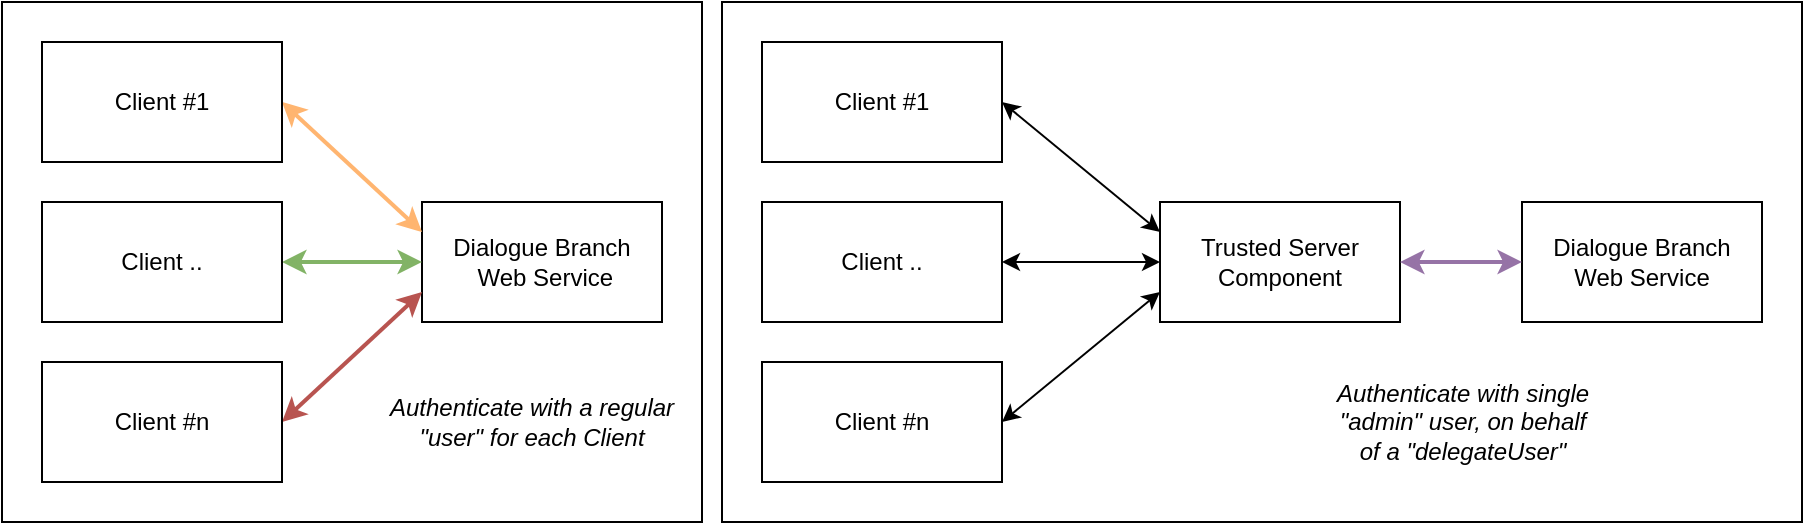
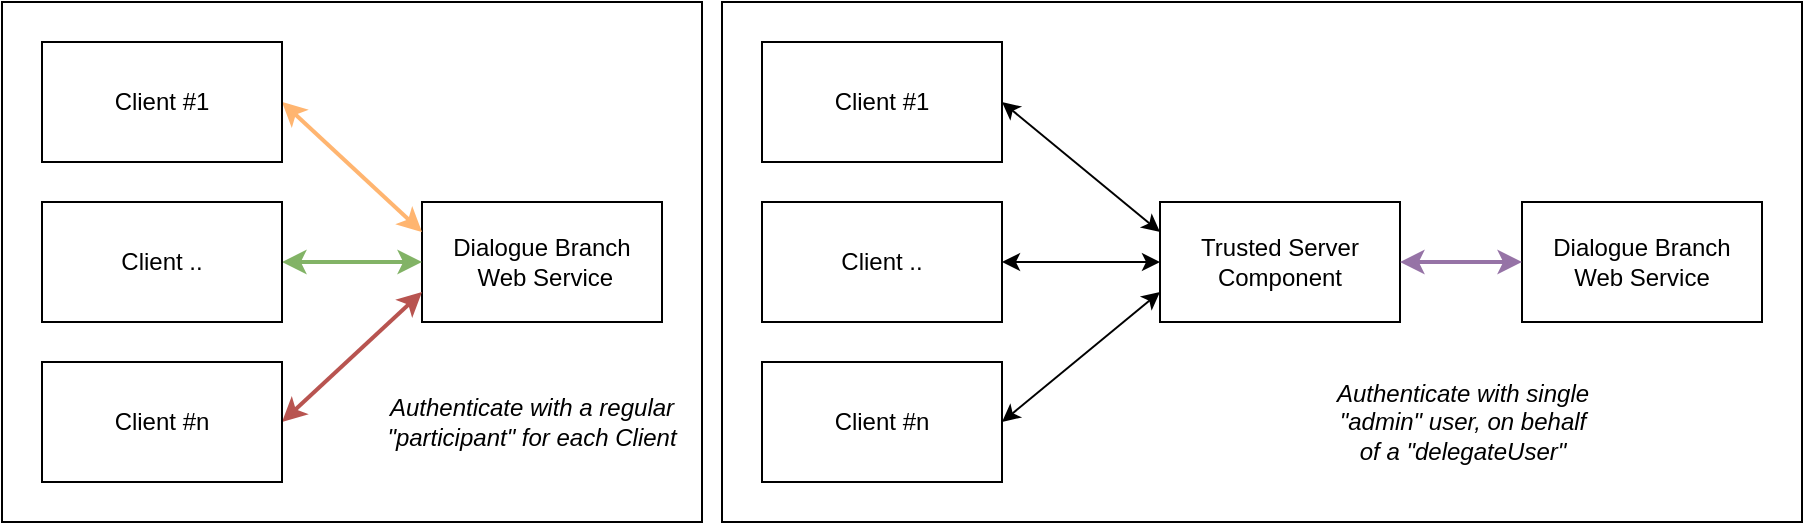
<mxfile host="Electron" modified="2023-05-05T08:48:14.186Z" agent="Mozilla/5.0 (Macintosh; Intel Mac OS X 10_15_7) AppleWebKit/537.36 (KHTML, like Gecko) draw.io/21.2.1 Chrome/112.0.5615.87 Electron/24.1.2 Safari/537.36" etag="dgDNgODaII2kDU6G2r-L" version="21.2.1" type="device">
  <diagram id="xzCYNrxVgA2oNsKL6WJw" name="Page-1">
    <mxGraphModel dx="1561" dy="1023" grid="1" gridSize="10" guides="1" tooltips="1" connect="1" arrows="1" fold="1" page="1" pageScale="1" pageWidth="1169" pageHeight="827" math="0" shadow="0">
      <root>
        <mxCell id="0" />
        <mxCell id="1" parent="0" />
        <mxCell id="tFiKD1fqqdK_nJ7ym5qI-23" value="" style="group" parent="1" vertex="1" connectable="0">
          <mxGeometry x="340" y="340" width="900" height="260" as="geometry" />
        </mxCell>
        <mxCell id="tFiKD1fqqdK_nJ7ym5qI-22" value="" style="rounded=0;whiteSpace=wrap;html=1;fontColor=#FFB570;" parent="tFiKD1fqqdK_nJ7ym5qI-23" vertex="1">
          <mxGeometry x="360" width="540" height="260" as="geometry" />
        </mxCell>
        <mxCell id="tFiKD1fqqdK_nJ7ym5qI-21" value="" style="rounded=0;whiteSpace=wrap;html=1;fontColor=#FFB570;" parent="tFiKD1fqqdK_nJ7ym5qI-23" vertex="1">
          <mxGeometry width="350" height="260" as="geometry" />
        </mxCell>
        <mxCell id="tFiKD1fqqdK_nJ7ym5qI-8" value="Trusted Server Component" style="rounded=0;whiteSpace=wrap;html=1;" parent="tFiKD1fqqdK_nJ7ym5qI-23" vertex="1">
          <mxGeometry x="579" y="100" width="120" height="60" as="geometry" />
        </mxCell>
        <mxCell id="tFiKD1fqqdK_nJ7ym5qI-9" style="rounded=0;orthogonalLoop=1;jettySize=auto;html=1;entryX=0;entryY=0.25;entryDx=0;entryDy=0;exitX=1;exitY=0.5;exitDx=0;exitDy=0;startArrow=classic;startFill=1;" parent="tFiKD1fqqdK_nJ7ym5qI-23" source="tFiKD1fqqdK_nJ7ym5qI-10" target="tFiKD1fqqdK_nJ7ym5qI-8" edge="1">
          <mxGeometry relative="1" as="geometry" />
        </mxCell>
        <mxCell id="tFiKD1fqqdK_nJ7ym5qI-10" value="Client #1" style="rounded=0;whiteSpace=wrap;html=1;" parent="tFiKD1fqqdK_nJ7ym5qI-23" vertex="1">
          <mxGeometry x="380" y="20" width="120" height="60" as="geometry" />
        </mxCell>
        <mxCell id="tFiKD1fqqdK_nJ7ym5qI-11" style="edgeStyle=none;rounded=0;orthogonalLoop=1;jettySize=auto;html=1;exitX=1;exitY=0.5;exitDx=0;exitDy=0;entryX=0;entryY=0.75;entryDx=0;entryDy=0;startArrow=classic;startFill=1;" parent="tFiKD1fqqdK_nJ7ym5qI-23" source="tFiKD1fqqdK_nJ7ym5qI-12" target="tFiKD1fqqdK_nJ7ym5qI-8" edge="1">
          <mxGeometry relative="1" as="geometry">
            <mxPoint x="610" y="130" as="targetPoint" />
          </mxGeometry>
        </mxCell>
        <mxCell id="tFiKD1fqqdK_nJ7ym5qI-12" value="Client #n" style="rounded=0;whiteSpace=wrap;html=1;" parent="tFiKD1fqqdK_nJ7ym5qI-23" vertex="1">
          <mxGeometry x="380" y="180" width="120" height="60" as="geometry" />
        </mxCell>
        <mxCell id="tFiKD1fqqdK_nJ7ym5qI-13" style="edgeStyle=none;rounded=0;orthogonalLoop=1;jettySize=auto;html=1;startArrow=classic;startFill=1;entryX=0;entryY=0.5;entryDx=0;entryDy=0;" parent="tFiKD1fqqdK_nJ7ym5qI-23" source="tFiKD1fqqdK_nJ7ym5qI-14" target="tFiKD1fqqdK_nJ7ym5qI-8" edge="1">
          <mxGeometry relative="1" as="geometry">
            <mxPoint x="550" y="130" as="targetPoint" />
          </mxGeometry>
        </mxCell>
        <mxCell id="tFiKD1fqqdK_nJ7ym5qI-14" value="Client .." style="rounded=0;whiteSpace=wrap;html=1;" parent="tFiKD1fqqdK_nJ7ym5qI-23" vertex="1">
          <mxGeometry x="380" y="100" width="120" height="60" as="geometry" />
        </mxCell>
        <mxCell id="tFiKD1fqqdK_nJ7ym5qI-15" value="Dialogue Branch&lt;br&gt;Web Service" style="rounded=0;whiteSpace=wrap;html=1;" parent="tFiKD1fqqdK_nJ7ym5qI-23" vertex="1">
          <mxGeometry x="760" y="100" width="120" height="60" as="geometry" />
        </mxCell>
        <mxCell id="tFiKD1fqqdK_nJ7ym5qI-16" style="edgeStyle=none;rounded=0;orthogonalLoop=1;jettySize=auto;html=1;entryX=0;entryY=0.5;entryDx=0;entryDy=0;startArrow=classic;startFill=1;fontColor=#FFB570;strokeColor=#9673a6;strokeWidth=2;fillColor=#e1d5e7;" parent="tFiKD1fqqdK_nJ7ym5qI-23" source="tFiKD1fqqdK_nJ7ym5qI-8" target="tFiKD1fqqdK_nJ7ym5qI-15" edge="1">
          <mxGeometry relative="1" as="geometry" />
        </mxCell>
        <mxCell id="tFiKD1fqqdK_nJ7ym5qI-19" value="Authenticate with single &quot;admin&quot; user, on behalf&lt;br&gt;of a &quot;delegateUser&quot;" style="text;html=1;strokeColor=none;fillColor=none;align=center;verticalAlign=middle;whiteSpace=wrap;rounded=0;fontStyle=2" parent="tFiKD1fqqdK_nJ7ym5qI-23" vertex="1">
          <mxGeometry x="660" y="195" width="141" height="30" as="geometry" />
        </mxCell>
        <mxCell id="tFiKD1fqqdK_nJ7ym5qI-20" value="" style="group" parent="tFiKD1fqqdK_nJ7ym5qI-23" vertex="1" connectable="0">
          <mxGeometry x="20" y="20" width="330" height="220" as="geometry" />
        </mxCell>
        <mxCell id="tFiKD1fqqdK_nJ7ym5qI-1" value="Dialogue Branch&lt;br&gt;&amp;nbsp;Web Service" style="rounded=0;whiteSpace=wrap;html=1;" parent="tFiKD1fqqdK_nJ7ym5qI-20" vertex="1">
          <mxGeometry x="190" y="80" width="120" height="60" as="geometry" />
        </mxCell>
        <mxCell id="tFiKD1fqqdK_nJ7ym5qI-5" style="rounded=0;orthogonalLoop=1;jettySize=auto;html=1;entryX=0;entryY=0.25;entryDx=0;entryDy=0;exitX=1;exitY=0.5;exitDx=0;exitDy=0;startArrow=classic;startFill=1;fillColor=#ffe6cc;strokeColor=#FFB570;strokeWidth=2;" parent="tFiKD1fqqdK_nJ7ym5qI-20" source="tFiKD1fqqdK_nJ7ym5qI-2" target="tFiKD1fqqdK_nJ7ym5qI-1" edge="1">
          <mxGeometry relative="1" as="geometry" />
        </mxCell>
        <mxCell id="tFiKD1fqqdK_nJ7ym5qI-2" value="Client #1" style="rounded=0;whiteSpace=wrap;html=1;" parent="tFiKD1fqqdK_nJ7ym5qI-20" vertex="1">
          <mxGeometry width="120" height="60" as="geometry" />
        </mxCell>
        <mxCell id="tFiKD1fqqdK_nJ7ym5qI-7" style="edgeStyle=none;rounded=0;orthogonalLoop=1;jettySize=auto;html=1;exitX=1;exitY=0.5;exitDx=0;exitDy=0;entryX=0;entryY=0.75;entryDx=0;entryDy=0;startArrow=classic;startFill=1;fillColor=#f8cecc;strokeColor=#b85450;strokeWidth=2;" parent="tFiKD1fqqdK_nJ7ym5qI-20" source="tFiKD1fqqdK_nJ7ym5qI-3" target="tFiKD1fqqdK_nJ7ym5qI-1" edge="1">
          <mxGeometry relative="1" as="geometry">
            <mxPoint x="230" y="110" as="targetPoint" />
          </mxGeometry>
        </mxCell>
        <mxCell id="tFiKD1fqqdK_nJ7ym5qI-3" value="Client #n" style="rounded=0;whiteSpace=wrap;html=1;" parent="tFiKD1fqqdK_nJ7ym5qI-20" vertex="1">
          <mxGeometry y="160" width="120" height="60" as="geometry" />
        </mxCell>
        <mxCell id="tFiKD1fqqdK_nJ7ym5qI-6" style="edgeStyle=none;rounded=0;orthogonalLoop=1;jettySize=auto;html=1;startArrow=classic;startFill=1;entryX=0;entryY=0.5;entryDx=0;entryDy=0;fillColor=#d5e8d4;strokeColor=#82b366;strokeWidth=2;" parent="tFiKD1fqqdK_nJ7ym5qI-20" source="tFiKD1fqqdK_nJ7ym5qI-4" target="tFiKD1fqqdK_nJ7ym5qI-1" edge="1">
          <mxGeometry relative="1" as="geometry">
            <mxPoint x="190" y="110" as="targetPoint" />
          </mxGeometry>
        </mxCell>
        <mxCell id="tFiKD1fqqdK_nJ7ym5qI-4" value="Client .." style="rounded=0;whiteSpace=wrap;html=1;" parent="tFiKD1fqqdK_nJ7ym5qI-20" vertex="1">
          <mxGeometry y="80" width="120" height="60" as="geometry" />
        </mxCell>
-         <mxCell id="tFiKD1fqqdK_nJ7ym5qI-18" value="Authenticate with a regular &quot;user&quot; for each Client" style="text;html=1;strokeColor=none;fillColor=none;align=center;verticalAlign=middle;whiteSpace=wrap;rounded=0;fontStyle=2" parent="tFiKD1fqqdK_nJ7ym5qI-20" vertex="1">
+         <mxCell id="tFiKD1fqqdK_nJ7ym5qI-18" value="Authenticate with a regular &quot;participant&quot; for each Client" style="text;html=1;strokeColor=none;fillColor=none;align=center;verticalAlign=middle;whiteSpace=wrap;rounded=0;fontStyle=2" parent="tFiKD1fqqdK_nJ7ym5qI-20" vertex="1">
          <mxGeometry x="160" y="175" width="170" height="30" as="geometry" />
        </mxCell>
      </root>
    </mxGraphModel>
  </diagram>
</mxfile>
